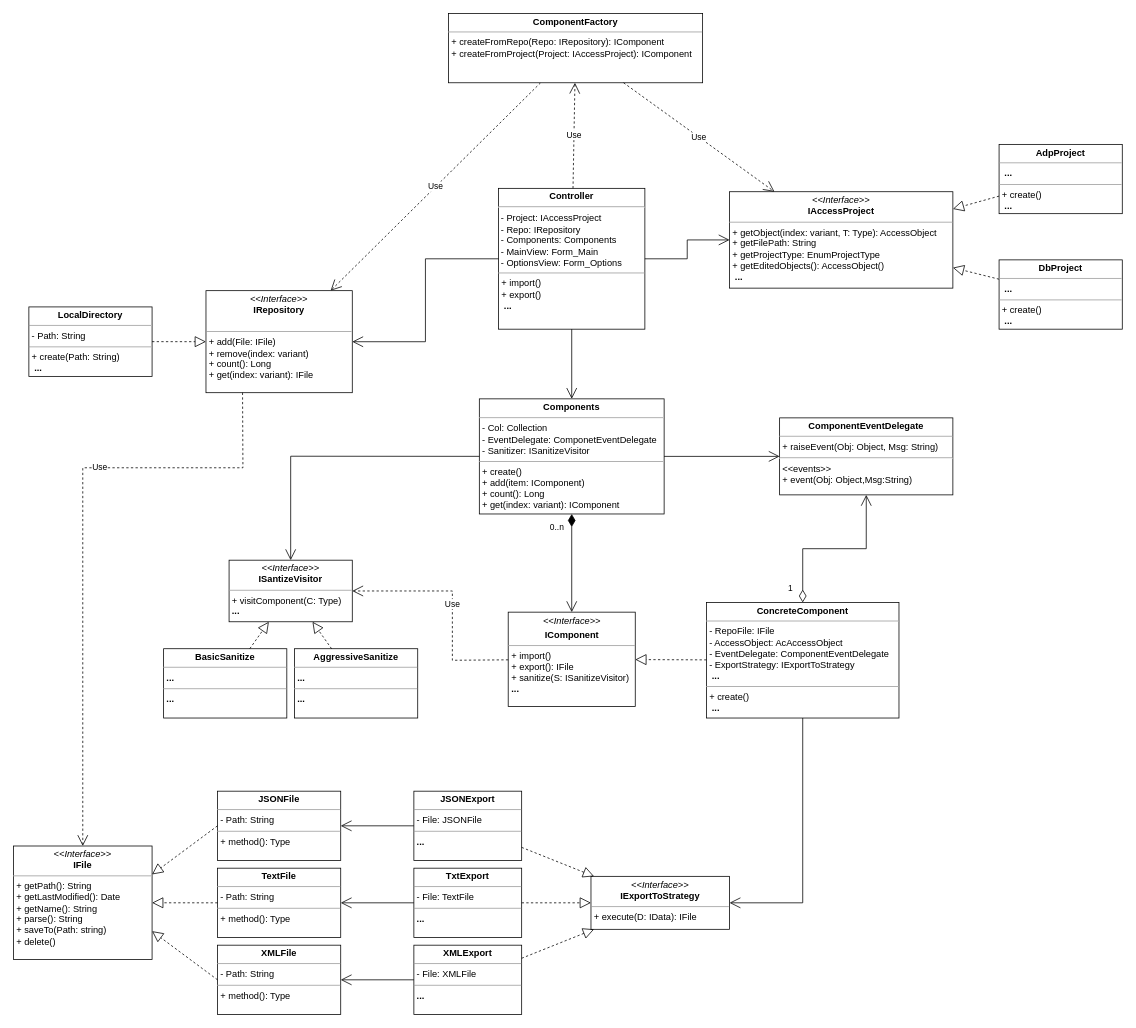
Before: Class Diagram.drawio in Whiskeyless/msaccess-vcs-integration, a draw.io diagram. Source tidied: cells renumbered, new cells numbered last; positions are measured from the earlier drawing's top-left corner, leaving out a move shared by most shapes. Both pictures are drawn from the tidied source at 77%, with x=0, y=0 at pixel (13, 13).
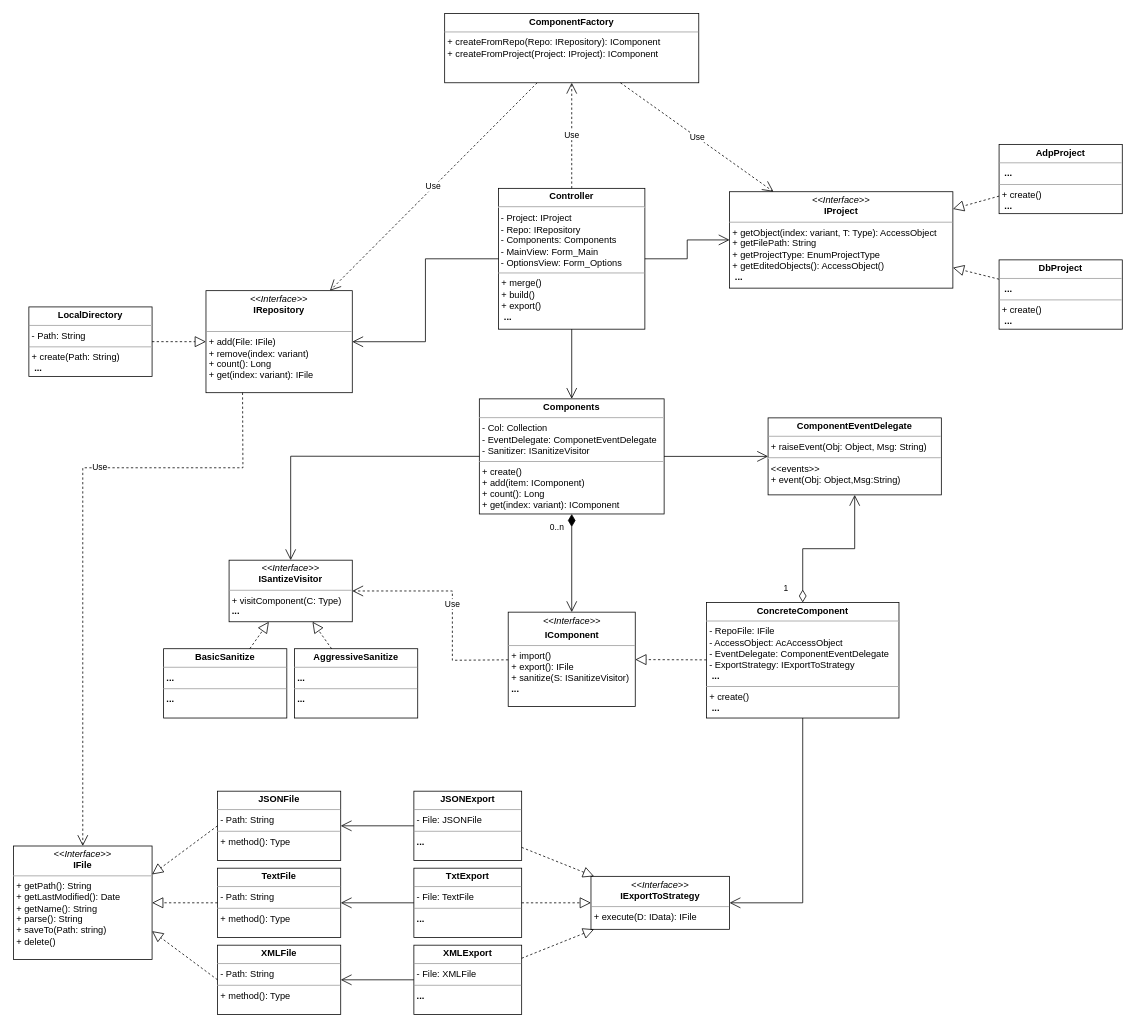
The same page after the edit.

Change to the diagram source:
```diff
@@
-    <mxCell id="3" value="&lt;p style=&quot;margin:0px;margin-top:4px;text-align:center;&quot;&gt;&lt;i&gt;&amp;lt;&amp;lt;Interface&amp;gt;&amp;gt;&lt;b&gt;&lt;br&gt;&lt;/b&gt;&lt;/i&gt;&lt;b&gt;IAccessProject&lt;/b&gt;&lt;/p&gt;&lt;hr size=&quot;1&quot;&gt;&lt;p style=&quot;margin:0px;margin-left:4px;&quot;&gt;+ getObject(index: variant, T: Type): AccessObject&lt;/p&gt;&lt;p style=&quot;margin:0px;margin-left:4px;&quot;&gt;+ getFilePath: String&lt;/p&gt;&lt;p style=&quot;margin:0px;margin-left:4px;&quot;&gt;+ getProjectType: EnumProjectType&lt;/p&gt;&lt;p style=&quot;margin:0px;margin-left:4px;&quot;&gt;+ getEditedObjects(): AccessObject()&lt;/p&gt;&lt;p style=&quot;margin:0px;margin-left:4px;&quot;&gt;&lt;b&gt;&amp;nbsp;...&lt;/b&gt;&lt;/p&gt;" style="verticalAlign=top;align=left;overflow=fill;fontSize=12;fontFamily=Helvetica;html=1;" parent="1" vertex="1">
+    <mxCell id="3" value="&lt;p style=&quot;margin:0px;margin-top:4px;text-align:center;&quot;&gt;&lt;i&gt;&amp;lt;&amp;lt;Interface&amp;gt;&amp;gt;&lt;b&gt;&lt;br&gt;&lt;/b&gt;&lt;/i&gt;&lt;b&gt;IProject&lt;/b&gt;&lt;/p&gt;&lt;hr size=&quot;1&quot;&gt;&lt;p style=&quot;margin:0px;margin-left:4px;&quot;&gt;+ getObject(index: variant, T: Type): AccessObject&lt;/p&gt;&lt;p style=&quot;margin:0px;margin-left:4px;&quot;&gt;+ getFilePath: String&lt;/p&gt;&lt;p style=&quot;margin:0px;margin-left:4px;&quot;&gt;+ getProjectType: EnumProjectType&lt;/p&gt;&lt;p style=&quot;margin:0px;margin-left:4px;&quot;&gt;+ getEditedObjects(): AccessObject()&lt;/p&gt;&lt;p style=&quot;margin:0px;margin-left:4px;&quot;&gt;&lt;b&gt;&amp;nbsp;...&lt;/b&gt;&lt;/p&gt;" style="verticalAlign=top;align=left;overflow=fill;fontSize=12;fontFamily=Helvetica;html=1;" parent="1" vertex="1">
       <mxGeometry x="930" y="231.5" width="290" height="125.2" as="geometry" />
     </mxCell>
-    <mxCell id="4" value="&lt;p style=&quot;margin:0px;margin-top:4px;text-align:center;&quot;&gt;&lt;b&gt;Controller&lt;/b&gt;&lt;/p&gt;&lt;hr&gt;&amp;nbsp;- Project: IAccessProject&lt;br&gt;&amp;nbsp;- Repo: IRepository&lt;br&gt;&amp;nbsp;- Components: Components&lt;br&gt;&amp;nbsp;- MainView: Form_Main&lt;br&gt;&amp;nbsp;- OptionsView: Form_Options&lt;br&gt;&lt;hr size=&quot;1&quot;&gt;&lt;p style=&quot;margin:0px;margin-left:4px;&quot;&gt;&lt;span style=&quot;background-color: initial;&quot;&gt;+ import()&lt;/span&gt;&lt;br&gt;&lt;/p&gt;&lt;p style=&quot;margin:0px;margin-left:4px;&quot;&gt;+ export()&lt;/p&gt;&lt;p style=&quot;margin:0px;margin-left:4px;&quot;&gt;&amp;nbsp;&lt;b&gt;...&lt;/b&gt;&lt;/p&gt;" style="verticalAlign=top;align=left;overflow=fill;fontSize=12;fontFamily=Helvetica;html=1;" parent="1" vertex="1">
+    <mxCell id="4" value="&lt;p style=&quot;margin:0px;margin-top:4px;text-align:center;&quot;&gt;&lt;b&gt;Controller&lt;/b&gt;&lt;/p&gt;&lt;hr&gt;&amp;nbsp;- Project: IProject&lt;br&gt;&amp;nbsp;- Repo: IRepository&lt;br&gt;&amp;nbsp;- Components: Components&lt;br&gt;&amp;nbsp;- MainView: Form_Main&lt;br&gt;&amp;nbsp;- OptionsView: Form_Options&lt;br&gt;&lt;hr size=&quot;1&quot;&gt;&lt;p style=&quot;margin:0px;margin-left:4px;&quot;&gt;&lt;span style=&quot;background-color: initial;&quot;&gt;+ merge()&lt;/span&gt;&lt;br&gt;&lt;/p&gt;&lt;p style=&quot;margin:0px;margin-left:4px;&quot;&gt;&lt;span style=&quot;background-color: initial;&quot;&gt;+ build()&lt;/span&gt;&lt;/p&gt;&lt;p style=&quot;margin:0px;margin-left:4px;&quot;&gt;+ export()&lt;/p&gt;&lt;p style=&quot;margin:0px;margin-left:4px;&quot;&gt;&amp;nbsp;&lt;b&gt;...&lt;/b&gt;&lt;/p&gt;" style="verticalAlign=top;align=left;overflow=fill;fontSize=12;fontFamily=Helvetica;html=1;" parent="1" vertex="1">
       <mxGeometry x="630" y="227.1" width="190" height="182.9" as="geometry" />
     </mxCell>
@@
-    <mxCell id="33" value="&lt;p style=&quot;margin:0px;margin-top:4px;text-align:center;&quot;&gt;&lt;b&gt;ComponentFactory&lt;/b&gt;&lt;/p&gt;&lt;hr size=&quot;1&quot;&gt;&lt;p style=&quot;margin:0px;margin-left:4px;&quot;&gt;+ createFromRepo(Repo: IRepository): IComponent&lt;/p&gt;&lt;p style=&quot;margin:0px;margin-left:4px;&quot;&gt;+ createFromProject(Project: IAccessProject): IComponent&lt;/p&gt;" style="verticalAlign=top;align=left;overflow=fill;fontSize=12;fontFamily=Helvetica;html=1;" parent="1" vertex="1">
-      <mxGeometry x="565" width="330" height="90" as="geometry" />
+    <mxCell id="33" value="&lt;p style=&quot;margin:0px;margin-top:4px;text-align:center;&quot;&gt;&lt;b&gt;ComponentFactory&lt;/b&gt;&lt;/p&gt;&lt;hr size=&quot;1&quot;&gt;&lt;p style=&quot;margin:0px;margin-left:4px;&quot;&gt;+ createFromRepo(Repo: IRepository): IComponent&lt;/p&gt;&lt;p style=&quot;margin:0px;margin-left:4px;&quot;&gt;+ createFromProject(Project: IProject): IComponent&lt;/p&gt;" style="verticalAlign=top;align=left;overflow=fill;fontSize=12;fontFamily=Helvetica;html=1;" parent="1" vertex="1">
+      <mxGeometry x="560" width="330" height="90" as="geometry" />
     </mxCell>
@@
     <mxCell id="36" value="&lt;p style=&quot;margin:0px;margin-top:4px;text-align:center;&quot;&gt;&lt;b&gt;ComponentEventDelegate&lt;/b&gt;&lt;/p&gt;&lt;hr size=&quot;1&quot;&gt;&lt;p style=&quot;margin:0px;margin-left:4px;&quot;&gt;+ raiseEvent(Obj: Object, Msg: String)&lt;/p&gt;&lt;hr&gt;&lt;p style=&quot;margin:0px;margin-left:4px;&quot;&gt;&amp;lt;&amp;lt;events&amp;gt;&amp;gt;&lt;/p&gt;&lt;p style=&quot;margin:0px;margin-left:4px;&quot;&gt;+ event(Obj: Object,Msg:String)&lt;/p&gt;&lt;p style=&quot;margin:0px;margin-left:4px;&quot;&gt;&lt;br&gt;&lt;/p&gt;" style="verticalAlign=top;align=left;overflow=fill;fontSize=12;fontFamily=Helvetica;html=1;" parent="1" vertex="1">
-      <mxGeometry x="995" y="525.2" width="225" height="100" as="geometry" />
+      <mxGeometry x="980" y="525.2" width="225" height="100" as="geometry" />
     </mxCell>
```
